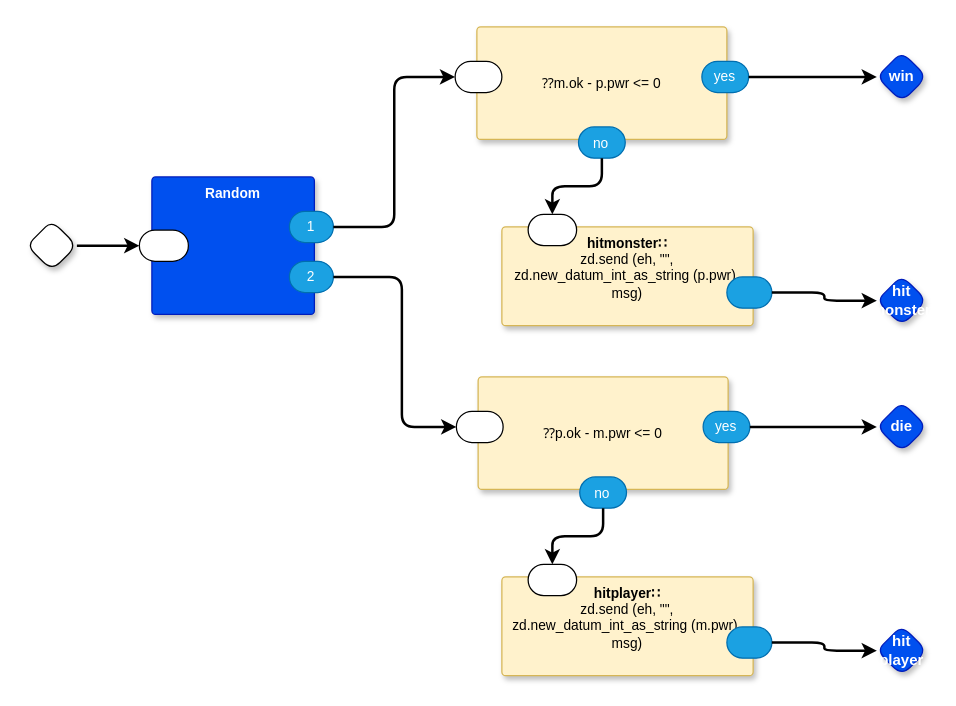
Above: page "Fight Step" (14 of 21) of dc0d.drawio in guitarvydas/dc0d (draw.io), before the change. Source tidied: cells renumbered, new cells numbered last; positions are measured from the earlier drawing's top-left corner, leaving out a move shared by most shapes. Both pictures are drawn from the tidied source at 125%, with x=0, y=0 at pixel (26, 26).
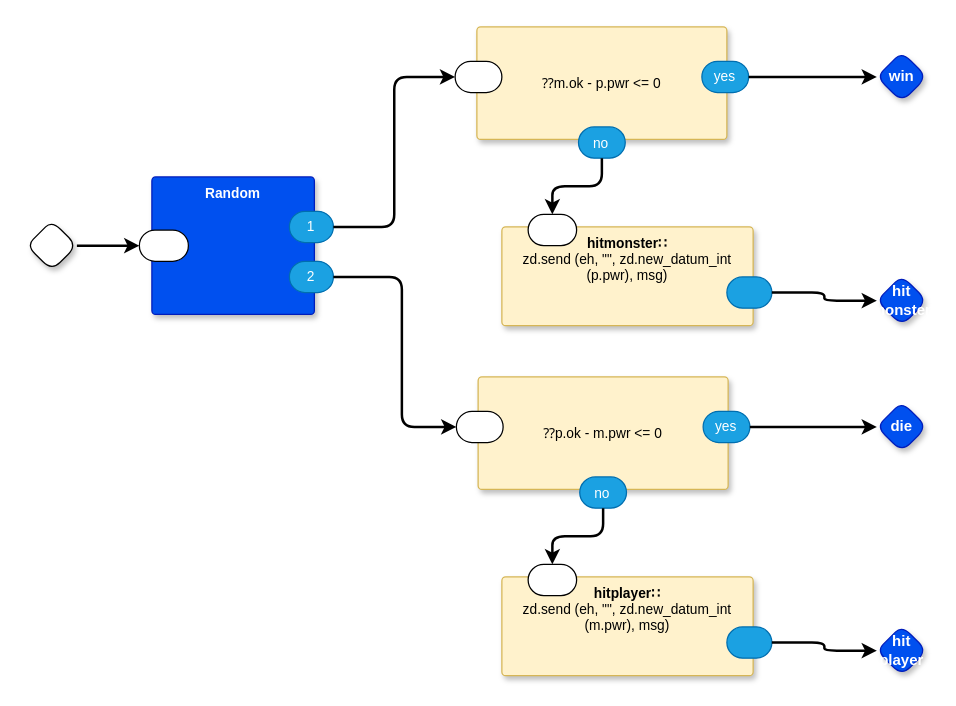
The same page after the edit.

The edit, as a diff of the source:
```diff
@@
-    <mxCell id="18" value="&lt;b style=&quot;border-color: var(--border-color);&quot;&gt;hitmonster∷&lt;br&gt;&lt;/b&gt;zd.send (eh, &quot;&quot;, zd.new_datum_int_as_string (p.pwr), msg)" style="rounded=1;whiteSpace=wrap;html=1;sketch=0;verticalAlign=top;arcSize=6;fontStyle=0;absoluteArcSize=1;shadow=1;strokeColor=#d6b656;fillColor=#fff2cc;fontFamily=Helvetica;fontSize=11;" parent="1" vertex="1">
+    <mxCell id="18" value="&lt;b style=&quot;border-color: var(--border-color);&quot;&gt;hitmonster∷&lt;br&gt;&lt;/b&gt;zd.send (eh, &quot;&quot;, zd.new_datum_int (p.pwr), msg)" style="rounded=1;whiteSpace=wrap;html=1;sketch=0;verticalAlign=top;arcSize=6;fontStyle=0;absoluteArcSize=1;shadow=1;strokeColor=#d6b656;fillColor=#fff2cc;fontFamily=Helvetica;fontSize=11;" parent="1" vertex="1">
       <mxGeometry x="380" y="160" width="201" height="79" as="geometry" />
     </mxCell>
@@
-    <mxCell id="27" value="&lt;b style=&quot;border-color: var(--border-color);&quot;&gt;hitplayer∷&lt;br&gt;&lt;/b&gt;zd.send (eh, &quot;&quot;, zd.new_datum_int_as_string (m.pwr), msg)" style="rounded=1;whiteSpace=wrap;html=1;sketch=0;verticalAlign=top;arcSize=6;fontStyle=0;absoluteArcSize=1;shadow=1;strokeColor=#d6b656;fillColor=#fff2cc;fontFamily=Helvetica;fontSize=11;" parent="1" vertex="1">
+    <mxCell id="27" value="&lt;b style=&quot;border-color: var(--border-color);&quot;&gt;hitplayer∷&lt;br&gt;&lt;/b&gt;zd.send (eh, &quot;&quot;, zd.new_datum_int (m.pwr), msg)" style="rounded=1;whiteSpace=wrap;html=1;sketch=0;verticalAlign=top;arcSize=6;fontStyle=0;absoluteArcSize=1;shadow=1;strokeColor=#d6b656;fillColor=#fff2cc;fontFamily=Helvetica;fontSize=11;" parent="1" vertex="1">
       <mxGeometry x="380" y="440" width="201" height="79" as="geometry" />
     </mxCell>
```
